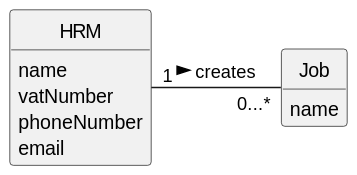
Earlier version of the PlantUML export docs/sprint3/us002/02.analysis/svg/us002-domain-model.svg (tiagosoa/lei-24-s2-1dgh-g073). Its diagram source:
```plantuml
@startuml
skinparam monochrome true
skinparam packageStyle rectangle
skinparam shadowing false


skinparam classAttributeIconSize 0

hide circle
hide methods



class HRM {
    name
    vatNumber
    phoneNumber
    email
}

class Job {
    name
}


HRM "1" - "0...*" Job: creates >
@enduml
```
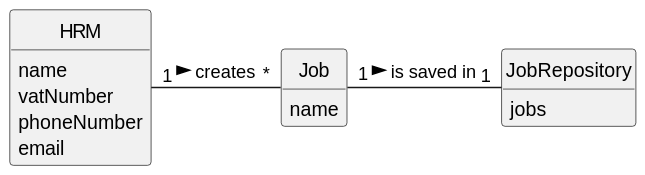
The same file after the commit.

Diff of the diagram source:
```diff
@@ -8,8 +8,6 @@
 
 hide circle
 hide methods
-
-
 
 class HRM {
     name
@@ -22,6 +20,11 @@
     name
 }
 
+class JobRepository {
+    jobs
+}
 
-HRM "1" - "0...*" Job: creates >
+
+HRM "1" - "*" Job: creates >
+Job "1" - "1" JobRepository : is saved in >
 @enduml
```
